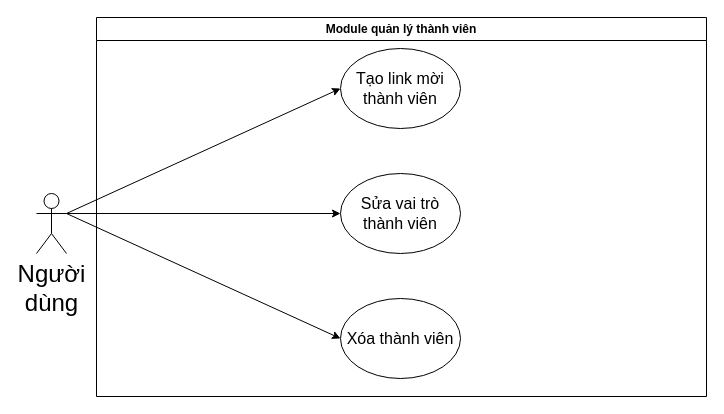
Earlier version of the draw.io diagram page "GV cộng tác" (1 of 6) of Hình/usecasediagram.drawio (VDT1805/ChallengeCreator). Source tidied: cells renumbered, new cells numbered last; positions are measured from the earlier drawing's top-left corner, leaving out a move shared by most shapes. Both pictures are drawn from the tidied source at 100%, with x=0, y=0 at pixel (36, 17).
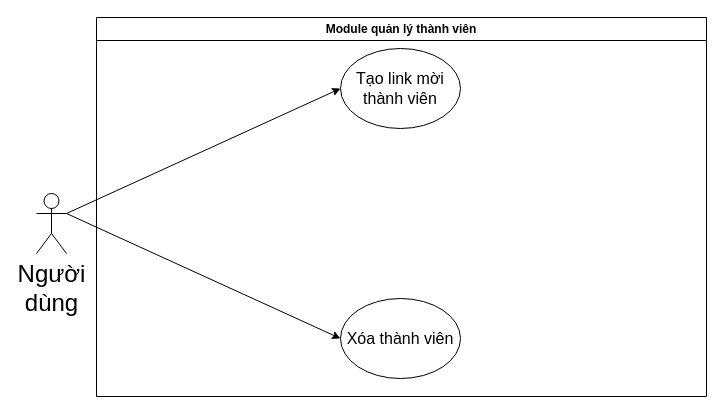
The same diagram, later.

The edit, as a diff of the source:
```diff
@@
 <mxGraphModel>
   <root>
     <mxCell id="0" />
     <mxCell id="1" parent="0" />
     <mxCell id="2" value="Module quản lý thành viên" style="swimlane;whiteSpace=wrap;html=1;startSize=23;" parent="1" vertex="1">
       <mxGeometry x="60" width="610" height="379" as="geometry" />
     </mxCell>
     <mxCell id="3" value="Tạo link mời thành viên" style="ellipse;whiteSpace=wrap;html=1;fontSize=16;" parent="2" vertex="1">
       <mxGeometry x="244" y="31" width="120" height="80" as="geometry" />
     </mxCell>
     <mxCell id="4" value="Xóa thành viên" style="ellipse;whiteSpace=wrap;html=1;fontSize=16;" parent="2" vertex="1">
       <mxGeometry x="244" y="281" width="120" height="80" as="geometry" />
     </mxCell>
-    <mxCell id="5" value="Sửa vai trò thành viên" style="ellipse;whiteSpace=wrap;html=1;fontSize=16;" parent="2" vertex="1">
-      <mxGeometry x="244" y="156" width="120" height="80" as="geometry" />
-    </mxCell>
     <mxCell id="6" style="edgeStyle=none;html=1;exitX=1;exitY=0.3333333333333333;exitDx=0;exitDy=0;exitPerimeter=0;entryX=0;entryY=0.5;entryDx=0;entryDy=0;" parent="1" edge="1" source="9" target="3">
       <mxGeometry relative="1" as="geometry" />
     </mxCell>
-    <mxCell id="7" style="edgeStyle=none;html=1;exitX=1;exitY=0.3333333333333333;exitDx=0;exitDy=0;exitPerimeter=0;entryX=0;entryY=0.5;entryDx=0;entryDy=0;" parent="1" edge="1" source="9" target="5">
-      <mxGeometry relative="1" as="geometry" />
-    </mxCell>
     <mxCell id="8" style="edgeStyle=none;html=1;exitX=1;exitY=0.3333333333333333;exitDx=0;exitDy=0;exitPerimeter=0;entryX=0;entryY=0.5;entryDx=0;entryDy=0;" parent="1" edge="1" source="9" target="4">
       <mxGeometry relative="1" as="geometry" />
     </mxCell>
     <mxCell id="9" value="&lt;div style=&quot;&quot;&gt;&lt;span style=&quot;background-color: initial;&quot;&gt;Người&lt;/span&gt;&lt;/div&gt;&lt;div style=&quot;&quot;&gt;&lt;span style=&quot;background-color: initial;&quot;&gt;dùng&lt;/span&gt;&lt;/div&gt;" style="shape=umlActor;verticalLabelPosition=bottom;verticalAlign=top;html=1;outlineConnect=0;fontSize=24;align=center;" parent="1" vertex="1">
       <mxGeometry y="176" width="30" height="60" as="geometry" />
     </mxCell>
   </root>
 </mxGraphModel>
```
